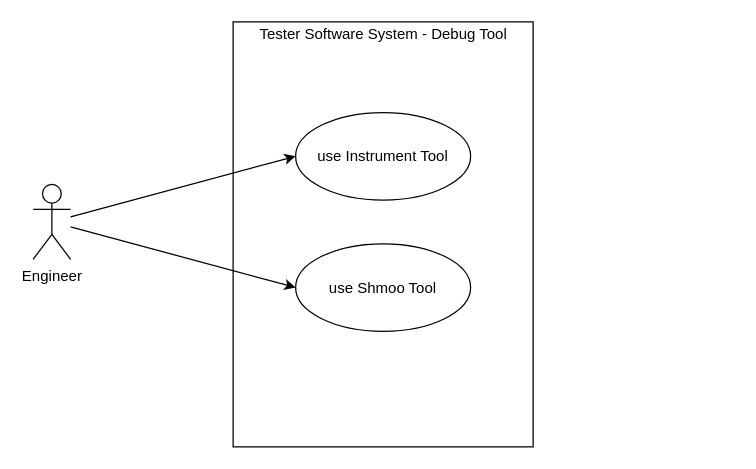
Before: page "Debug Tool" (22 of 23) of SG9KG5/UI Design/Use Case.drawio in Jasson-Chou/Software-Projects, a draw.io diagram. Source tidied: cells renumbered, new cells numbered last; positions are measured from the earlier drawing's top-left corner, leaving out a move shared by most shapes. Both pictures are drawn from the tidied source at 125%, with x=0, y=0 at pixel (32, 21).
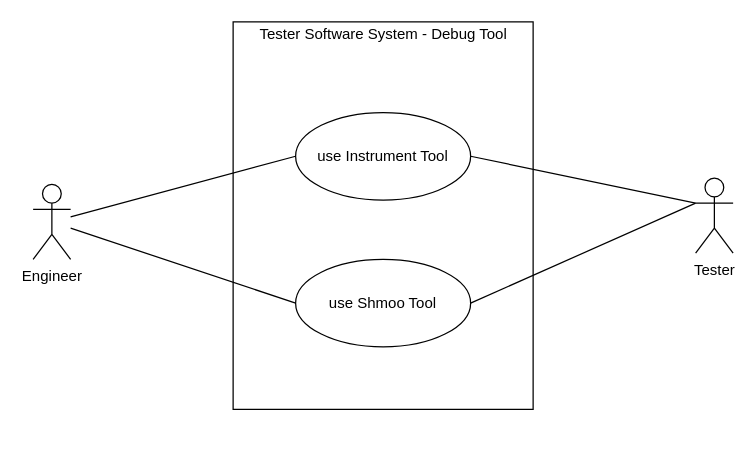
The same diagram, later.

What changed in the source:
```diff
@@
 <mxGraphModel>
   <root>
     <mxCell id="0" />
     <mxCell id="1" parent="0" />
     <mxCell id="2" style="rounded=0;whiteSpace=wrap;html=1;" parent="1" vertex="1">
-      <mxGeometry x="160" width="240" height="340" as="geometry" />
+      <mxGeometry x="160" width="240" height="310" as="geometry" />
     </mxCell>
-    <mxCell id="3" style="rounded=0;jettySize=auto;html=1;entryX=0;entryY=0.5;entryDx=0;entryDy=0;" parent="1" edge="1" source="5" target="7">
+    <mxCell id="3" style="rounded=0;jettySize=auto;html=1;entryX=0;entryY=0.5;entryDx=0;entryDy=0;endArrow=none;endFill=0;" parent="1" edge="1" source="5" target="7">
       <mxGeometry relative="1" as="geometry" />
     </mxCell>
-    <mxCell id="4" style="rounded=0;jettySize=auto;html=1;entryX=0;entryY=0.5;entryDx=0;entryDy=0;" parent="1" edge="1" source="5" target="6">
+    <mxCell id="4" style="rounded=0;jettySize=auto;html=1;entryX=0;entryY=0.5;entryDx=0;entryDy=0;endArrow=none;endFill=0;" parent="1" edge="1" source="5" target="6">
       <mxGeometry relative="1" as="geometry" />
     </mxCell>
     <mxCell id="5" value="Engineer" style="shape=umlActor;verticalLabelPosition=bottom;verticalAlign=top;html=1;outlineConnect=0;" parent="1" vertex="1">
       <mxGeometry y="130" width="30" height="60" as="geometry" />
     </mxCell>
+    <mxCell id="9" style="edgeStyle=none;rounded=0;jettySize=auto;html=1;exitX=1;exitY=0.5;exitDx=0;exitDy=0;entryX=0;entryY=0.3333333333333333;entryDx=0;entryDy=0;entryPerimeter=0;endArrow=none;endFill=0;" parent="1" edge="1" source="6" target="11">
+      <mxGeometry relative="1" as="geometry" />
+    </mxCell>
     <mxCell id="6" value="use Shmoo Tool" style="ellipse;whiteSpace=wrap;html=1;" parent="1" vertex="1">
-      <mxGeometry x="210" y="177.5" width="140" height="70" as="geometry" />
+      <mxGeometry x="210" y="190" width="140" height="70" as="geometry" />
     </mxCell>
+    <mxCell id="10" style="rounded=0;jettySize=auto;html=1;exitX=1;exitY=0.5;exitDx=0;exitDy=0;entryX=0;entryY=0.3333333333333333;entryDx=0;entryDy=0;entryPerimeter=0;endArrow=none;endFill=0;" parent="1" edge="1" source="7" target="11">
+      <mxGeometry relative="1" as="geometry" />
+    </mxCell>
     <mxCell id="7" value="use Instrument Tool" style="ellipse;whiteSpace=wrap;html=1;" parent="1" vertex="1">
       <mxGeometry x="210" y="72.5" width="140" height="70" as="geometry" />
     </mxCell>
     <mxCell id="8" value="Tester Software System - Debug Tool" style="text;html=1;strokeColor=none;fillColor=none;align=center;verticalAlign=middle;whiteSpace=wrap;rounded=0;" parent="1" vertex="1">
       <mxGeometry x="142.5" width="275" height="20" as="geometry" />
     </mxCell>
+    <mxCell id="11" value="Tester" style="shape=umlActor;verticalLabelPosition=bottom;verticalAlign=top;html=1;outlineConnect=0;" parent="1" vertex="1">
+      <mxGeometry x="530" y="125" width="30" height="60" as="geometry" />
+    </mxCell>
   </root>
 </mxGraphModel>
```
